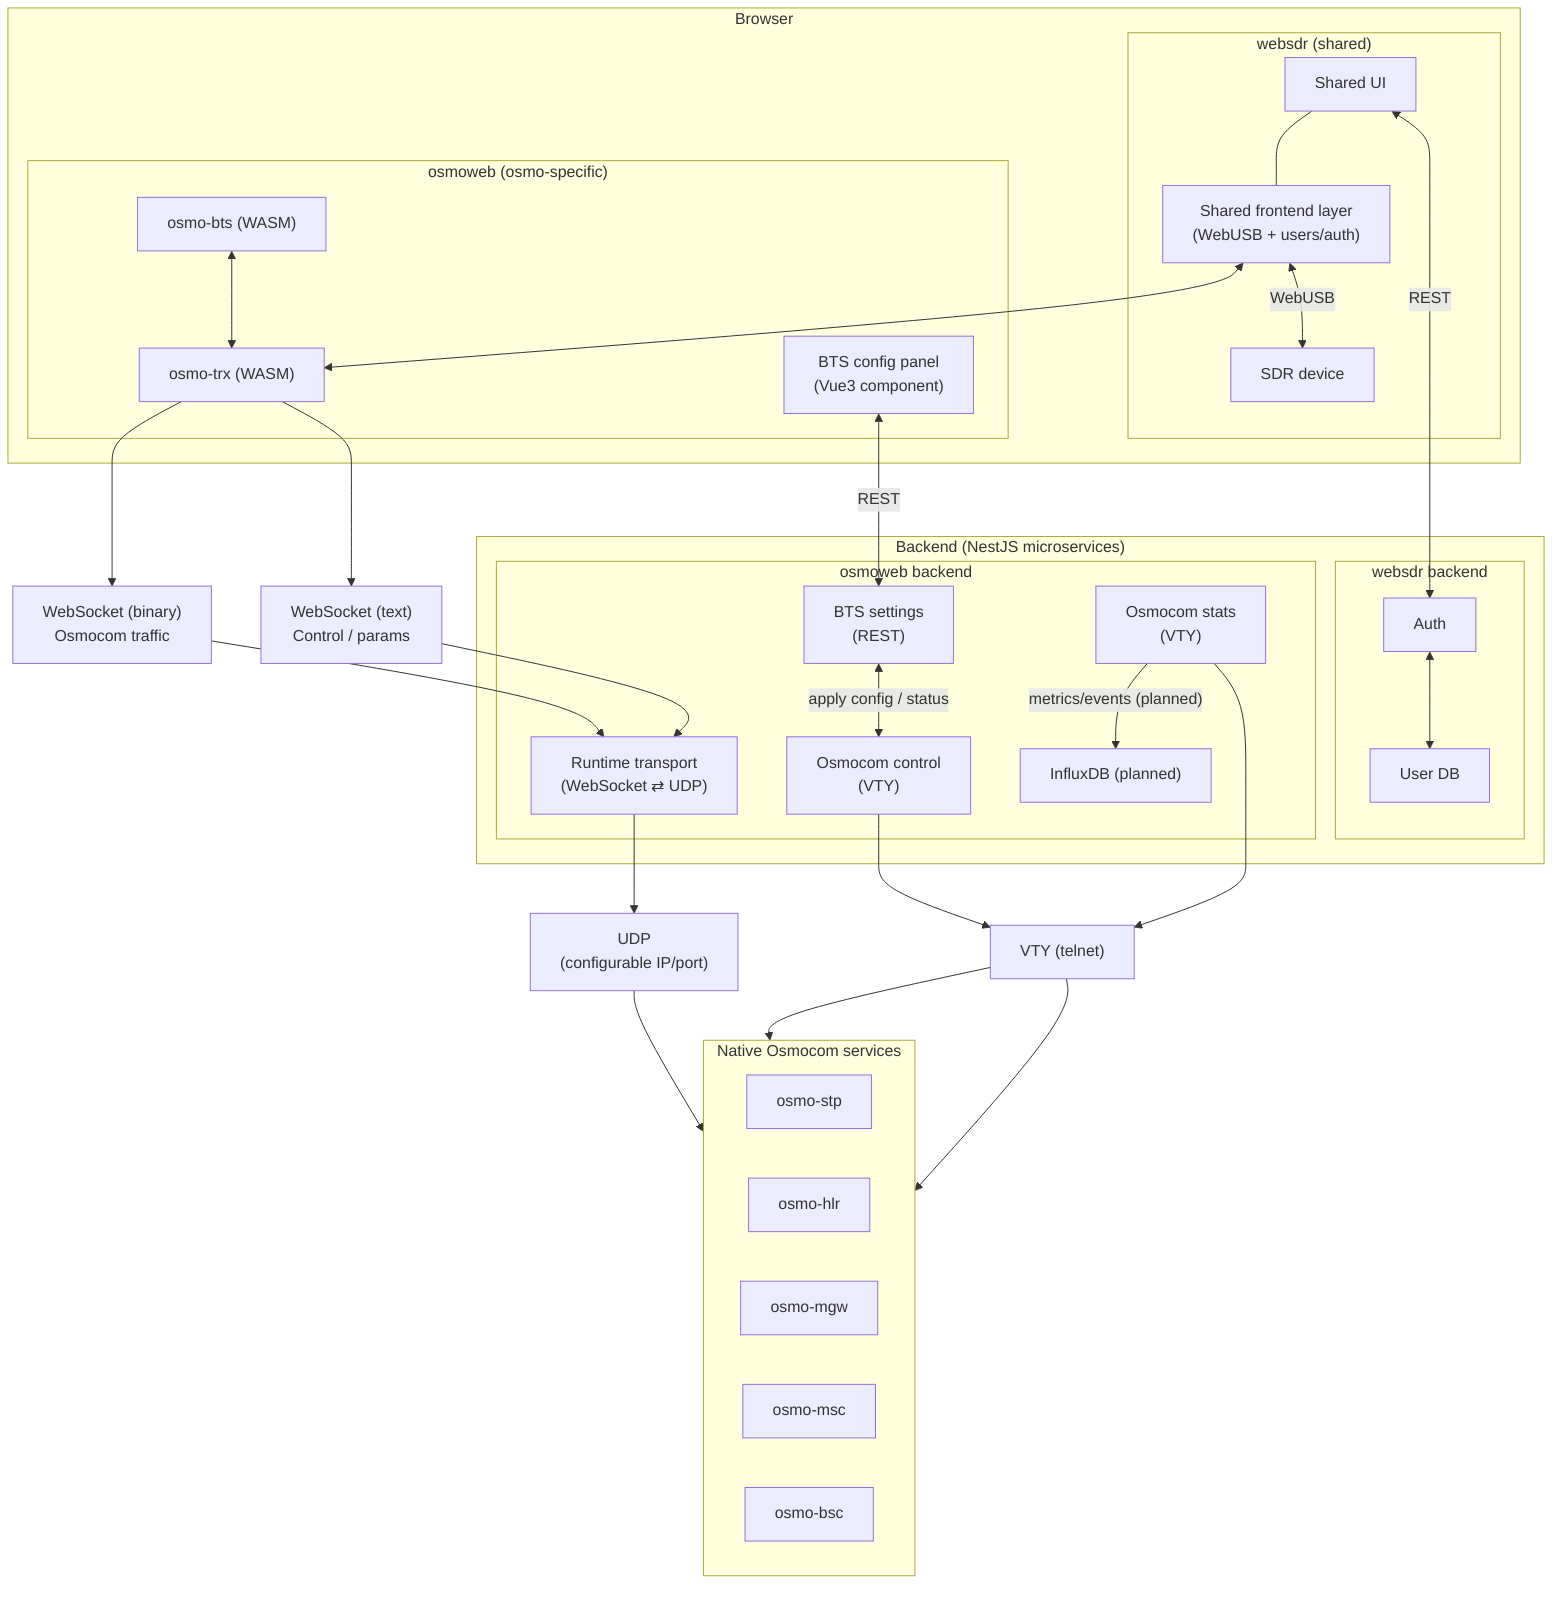
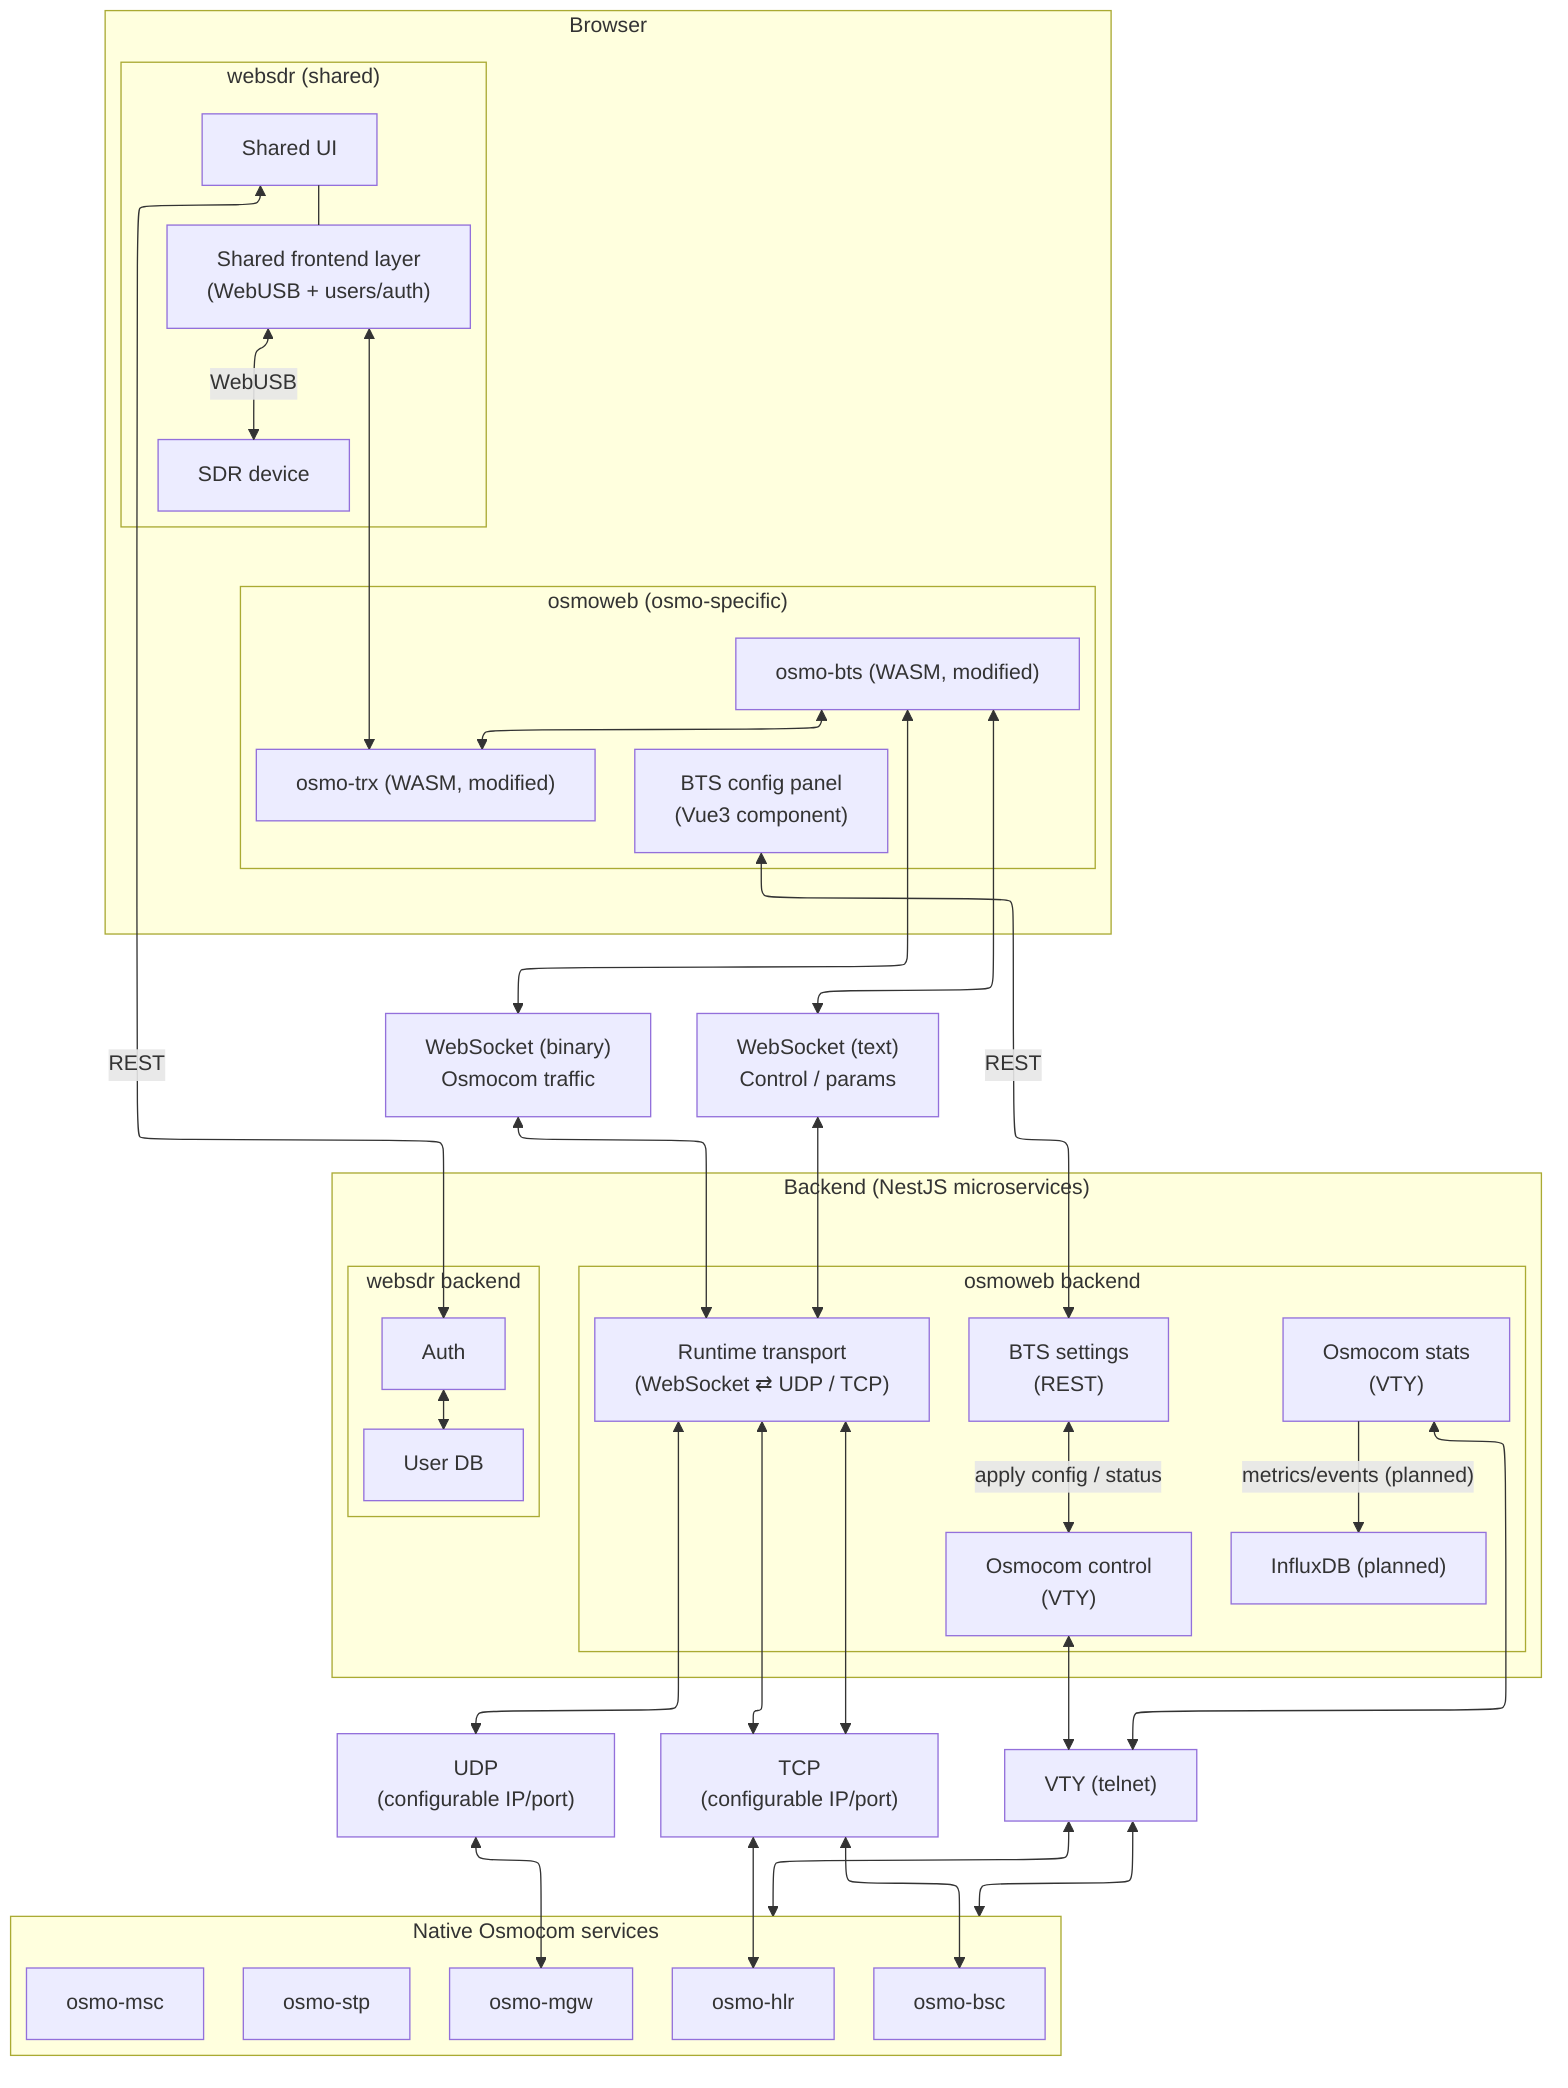
+ ---
+ config:
+   layout: elk
+ ---
flowchart TB
  subgraph Browser["Browser"]
    subgraph WSDR_FE["websdr (shared)"]
      UI["Shared UI"]
      WCORE["Shared frontend layer<br/>(WebUSB + users/auth)"]
      SDR["SDR device"]
      UI --- WCORE
      WCORE <--> |"WebUSB"| SDR
    end

    subgraph OSMOWEB_FE["osmoweb (osmo-specific)"]
+       BTS["osmo-bts (WASM, modified)"]
+       TRX["osmo-trx (WASM, modified)"]
      BTSUI["BTS config panel<br/>(Vue3 component)"]
-       TRX["osmo-trx (WASM)"]
-       BTS["osmo-bts (WASM)"]
      BTS <--> TRX
      WCORE <--> TRX
    end
  end

  subgraph Backend["Backend (NestJS microservices)"]
    subgraph WSDR_BE["websdr backend"]
      UDB["User DB"]
      AUTH["Auth"]
    end

    subgraph OSMOWEB_BE["osmoweb backend"]
      BTSAPI["BTS settings<br/>(REST)"]
-       RTS["Runtime transport<br/>(WebSocket ⇄ UDP)"]
+       RTS["Runtime transport<br/>(WebSocket ⇄ UDP / TCP)"]
      VTYCTL["Osmocom control<br/>(VTY)"]
      VTYSTAT["Osmocom stats<br/>(VTY)"]
      TSDBS["InfluxDB (planned)"]

      BTSAPI <--> |"apply config / status"| VTYCTL
    end
  end

  subgraph OSMO["Native Osmocom services"]
    STP["osmo-stp"]
    HLR["osmo-hlr"]
    MGW["osmo-mgw"]
    MSC["osmo-msc"]
    BSC["osmo-bsc"]
  end

  WS_BIN["WebSocket (binary)<br/>Osmocom traffic"]
  WS_TXT["WebSocket (text)<br/>Control / params"]
  UDP["UDP<br/>(configurable IP/port)"]
+   TCP["TCP<br/>(configurable IP/port)"]
  VTY["VTY (telnet)"]

-   TRX --> WS_BIN --> RTS
-   TRX --> WS_TXT --> RTS
+   BTS <--> WS_BIN <--> RTS
+   BTS <--> WS_TXT <--> RTS

-   RTS --> UDP --> OSMO
-   VTYCTL --> VTY --> OSMO
-   VTYSTAT --> VTY --> OSMO
+   RTS <--> TCP <--> BSC
+   RTS <--> TCP <--> HLR
+   RTS <--> UDP <--> MGW
+ 
+   VTYCTL <--> VTY <--> OSMO
+   VTYSTAT <--> VTY <--> OSMO

  UI <--> |"REST"| AUTH
  AUTH <--> UDB
  BTSUI <--> |"REST"| BTSAPI

  VTYSTAT --> |"metrics/events (planned)"| TSDBS
